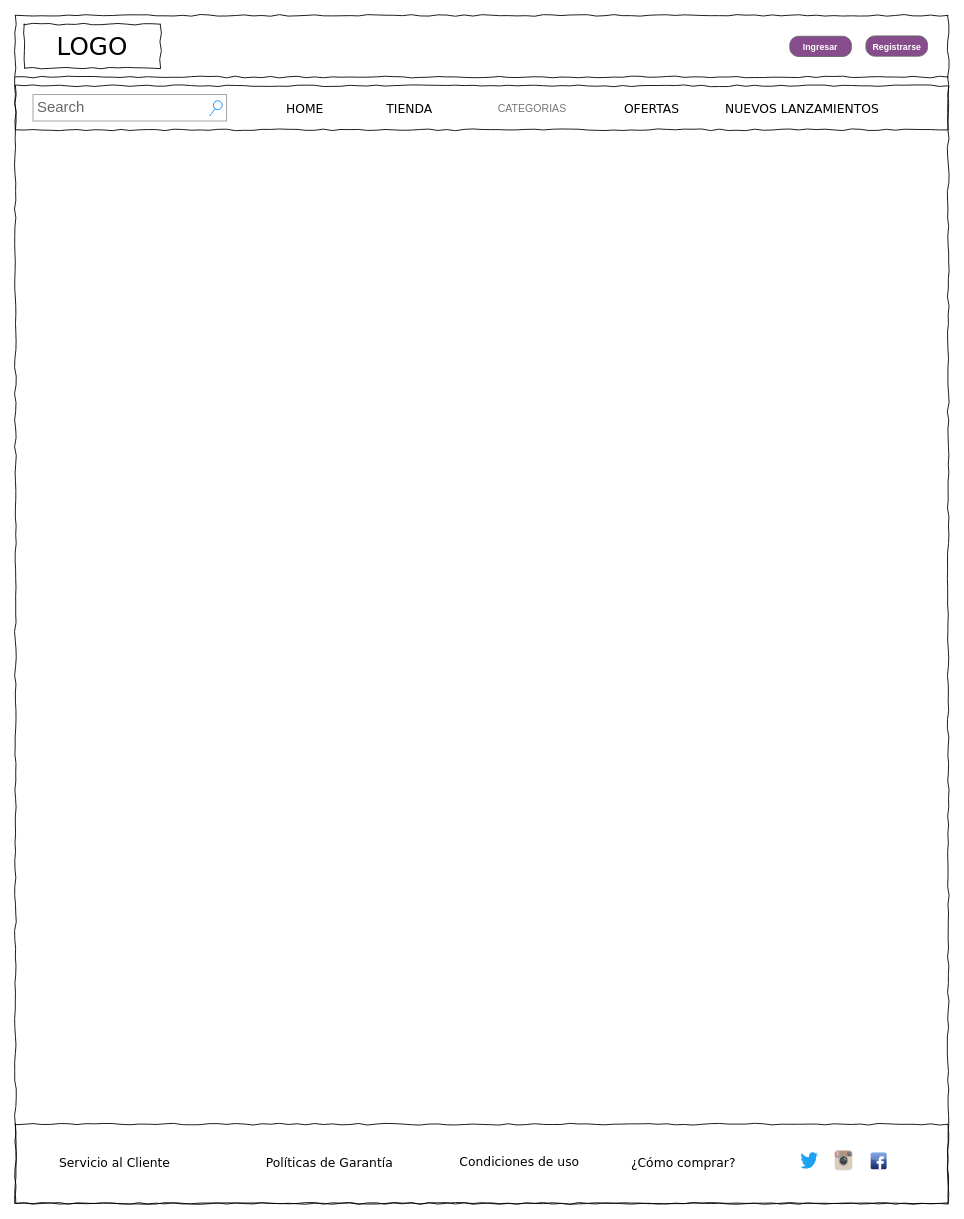
Earlier version of the draw.io diagram page "ABM user" (7 of 8) of Esquemas (Wireframes-Modelo de dominio)/Wireframes SMG.drawio (maximilianozurita/SMG). Source tidied: cells renumbered, new cells numbered last; positions are measured from the earlier drawing's top-left corner, leaving out a move shared by most shapes. Both pictures are drawn from the tidied source at 88%, with x=0, y=0 at pixel (15, 15).
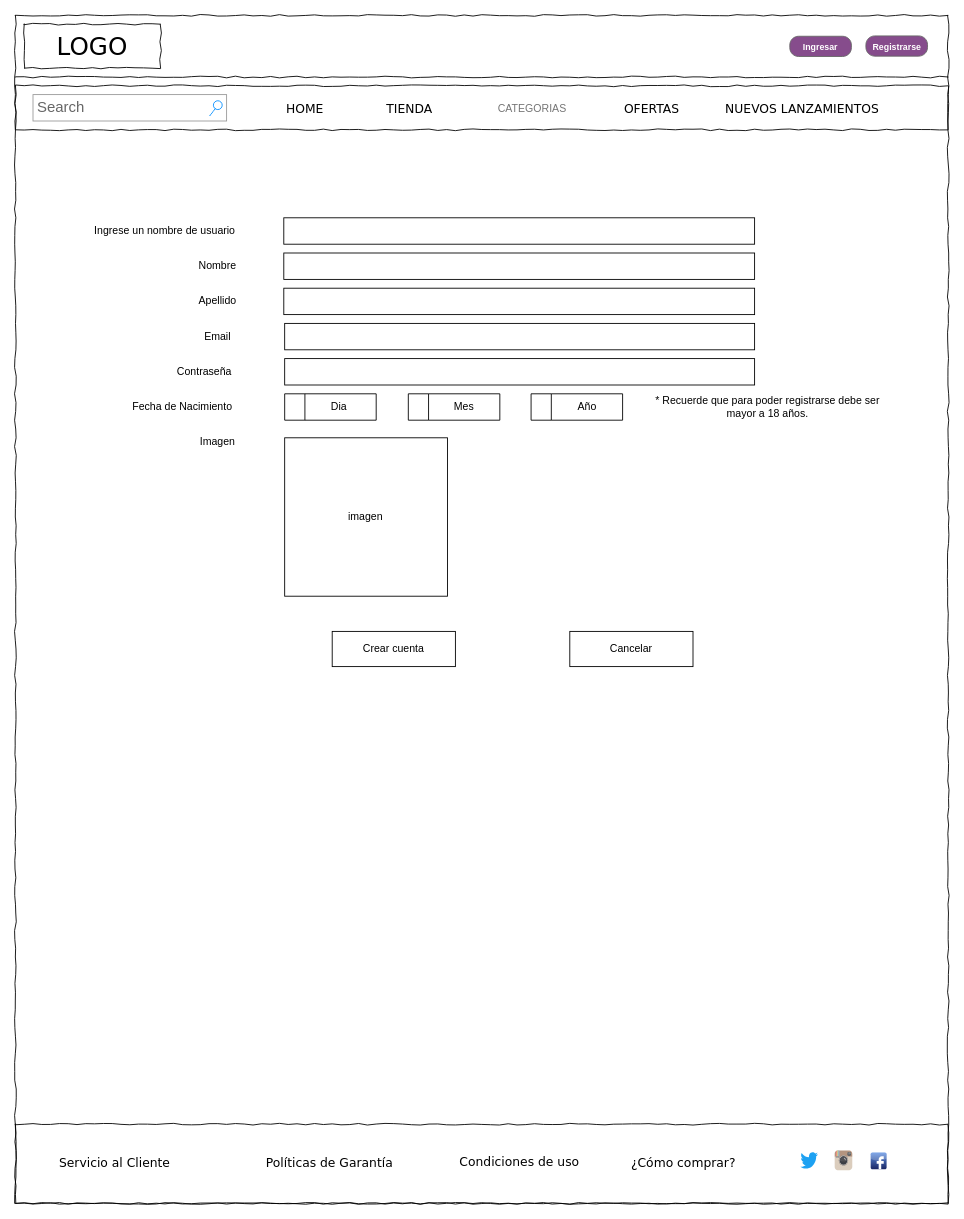
The same diagram, later.

Commit message (it also covers changes not shown here):
Alta de usuario (Wireframes)

What changed in the source:
```diff
@@
+    <mxCell id="22" value="Email" style="text;html=1;strokeColor=none;fillColor=none;align=center;verticalAlign=middle;whiteSpace=wrap;rounded=0;fontColor=default;" parent="1" vertex="1">
+      <mxGeometry x="200" y="350" width="60" height="30" as="geometry" />
+    </mxCell>
+    <mxCell id="23" value="Nombre" style="text;html=1;strokeColor=none;fillColor=none;align=center;verticalAlign=middle;whiteSpace=wrap;rounded=0;fontColor=default;" parent="1" vertex="1">
+      <mxGeometry x="200" y="270" width="60" height="30" as="geometry" />
+    </mxCell>
+    <mxCell id="24" value="Ingrese un nombre de usuario" style="text;html=1;strokeColor=none;fillColor=none;align=center;verticalAlign=middle;whiteSpace=wrap;rounded=0;fontColor=default;" parent="1" vertex="1">
+      <mxGeometry x="80" y="230" width="180" height="30" as="geometry" />
+    </mxCell>
+    <mxCell id="25" value="Apellido" style="text;html=1;strokeColor=none;fillColor=none;align=center;verticalAlign=middle;whiteSpace=wrap;rounded=0;fontColor=default;" parent="1" vertex="1">
+      <mxGeometry x="200" y="310" width="60" height="30" as="geometry" />
+    </mxCell>
+    <mxCell id="26" value="Fecha de Nacimiento" style="text;html=1;strokeColor=none;fillColor=none;align=center;verticalAlign=middle;whiteSpace=wrap;rounded=0;fontColor=default;" parent="1" vertex="1">
+      <mxGeometry x="120" y="430" width="140" height="30" as="geometry" />
+    </mxCell>
+    <mxCell id="27" value="Contraseña" style="text;html=1;strokeColor=none;fillColor=none;align=center;verticalAlign=middle;whiteSpace=wrap;rounded=0;fontColor=default;" parent="1" vertex="1">
+      <mxGeometry x="170" y="390" width="90" height="30" as="geometry" />
+    </mxCell>
+    <mxCell id="28" style="rounded=0;whiteSpace=wrap;html=1;fontColor=default;strokeColor=default;fillColor=default;" parent="1" vertex="1">
+      <mxGeometry x="305" y="230" width="535" height="30" as="geometry" />
+    </mxCell>
+    <mxCell id="29" style="rounded=0;whiteSpace=wrap;html=1;fontColor=default;strokeColor=default;fillColor=default;" parent="1" vertex="1">
+      <mxGeometry x="305" y="270" width="535" height="30" as="geometry" />
+    </mxCell>
+    <mxCell id="30" style="rounded=0;whiteSpace=wrap;html=1;fontColor=default;strokeColor=default;fillColor=default;" parent="1" vertex="1">
+      <mxGeometry x="305" y="310" width="535" height="30" as="geometry" />
+    </mxCell>
+    <mxCell id="31" style="rounded=0;whiteSpace=wrap;html=1;fontColor=default;strokeColor=default;fillColor=default;" parent="1" vertex="1">
+      <mxGeometry x="306" y="350" width="534" height="30" as="geometry" />
+    </mxCell>
+    <mxCell id="32" style="rounded=0;whiteSpace=wrap;html=1;fontColor=default;strokeColor=default;fillColor=default;" parent="1" vertex="1">
+      <mxGeometry x="306" y="390" width="534" height="30" as="geometry" />
+    </mxCell>
+    <mxCell id="33" style="swimlane;horizontal=0;fontColor=default;strokeColor=default;fillColor=default;" parent="1" vertex="1">
+      <mxGeometry x="446.5" y="430" width="104" height="30" as="geometry" />
+    </mxCell>
+    <mxCell id="34" value="Mes" style="text;html=1;strokeColor=none;fillColor=none;align=center;verticalAlign=middle;whiteSpace=wrap;rounded=0;fontColor=default;" parent="33" vertex="1">
+      <mxGeometry x="33.5" width="60" height="30" as="geometry" />
+    </mxCell>
+    <mxCell id="35" style="swimlane;horizontal=0;fontColor=default;strokeColor=default;fillColor=default;" parent="1" vertex="1">
+      <mxGeometry x="306" y="430" width="104" height="30" as="geometry" />
+    </mxCell>
+    <mxCell id="36" value="Dia" style="text;html=1;strokeColor=none;fillColor=none;align=center;verticalAlign=middle;whiteSpace=wrap;rounded=0;fontColor=default;" parent="35" vertex="1">
+      <mxGeometry x="31.8" width="60" height="30" as="geometry" />
+    </mxCell>
+    <mxCell id="37" style="swimlane;horizontal=0;fontColor=default;strokeColor=default;fillColor=default;" parent="1" vertex="1">
+      <mxGeometry x="586" y="430" width="104" height="30" as="geometry" />
+    </mxCell>
+    <mxCell id="38" value="Año" style="text;html=1;strokeColor=none;fillColor=none;align=center;verticalAlign=middle;whiteSpace=wrap;rounded=0;fontColor=default;" parent="37" vertex="1">
+      <mxGeometry x="34" width="60" height="30" as="geometry" />
+    </mxCell>
+    <mxCell id="39" value="* Recuerde que para poder registrarse debe ser mayor a 18 años." style="text;html=1;strokeColor=none;fillColor=none;align=center;verticalAlign=middle;whiteSpace=wrap;rounded=0;fontColor=default;" parent="1" vertex="1">
+      <mxGeometry x="710" y="430" width="290" height="30" as="geometry" />
+    </mxCell>
+    <mxCell id="40" value="Imagen" style="text;html=1;strokeColor=none;fillColor=none;align=center;verticalAlign=middle;whiteSpace=wrap;rounded=0;fontColor=default;" parent="1" vertex="1">
+      <mxGeometry x="200" y="470" width="60" height="30" as="geometry" />
+    </mxCell>
+    <mxCell id="41" style="rounded=0;whiteSpace=wrap;html=1;fontColor=default;strokeColor=default;fillColor=default;" parent="1" vertex="1">
+      <mxGeometry x="306" y="480" width="185" height="180" as="geometry" />
+    </mxCell>
+    <mxCell id="42" value="imagen" style="text;html=1;strokeColor=none;fillColor=none;align=center;verticalAlign=middle;whiteSpace=wrap;rounded=0;fontColor=default;" parent="1" vertex="1">
+      <mxGeometry x="367.5" y="555" width="60" height="30" as="geometry" />
+    </mxCell>
+    <mxCell id="43" style="rounded=0;whiteSpace=wrap;html=1;fontColor=default;strokeColor=default;fillColor=default;" parent="1" vertex="1">
+      <mxGeometry x="630" y="700" width="140" height="40" as="geometry" />
+    </mxCell>
+    <mxCell id="44" style="rounded=0;whiteSpace=wrap;html=1;fontColor=default;strokeColor=default;fillColor=default;" parent="1" vertex="1">
+      <mxGeometry x="360" y="700" width="140" height="40" as="geometry" />
+    </mxCell>
+    <mxCell id="45" value="Crear cuenta" style="text;html=1;strokeColor=none;fillColor=none;align=center;verticalAlign=middle;whiteSpace=wrap;rounded=0;fontColor=default;" parent="1" vertex="1">
+      <mxGeometry x="393.2" y="705" width="73.5" height="30" as="geometry" />
+    </mxCell>
+    <mxCell id="46" value="Cancelar" style="text;html=1;strokeColor=none;fillColor=none;align=center;verticalAlign=middle;whiteSpace=wrap;rounded=0;fontColor=default;" parent="1" vertex="1">
+      <mxGeometry x="670" y="705" width="60" height="30" as="geometry" />
+    </mxCell>
```
